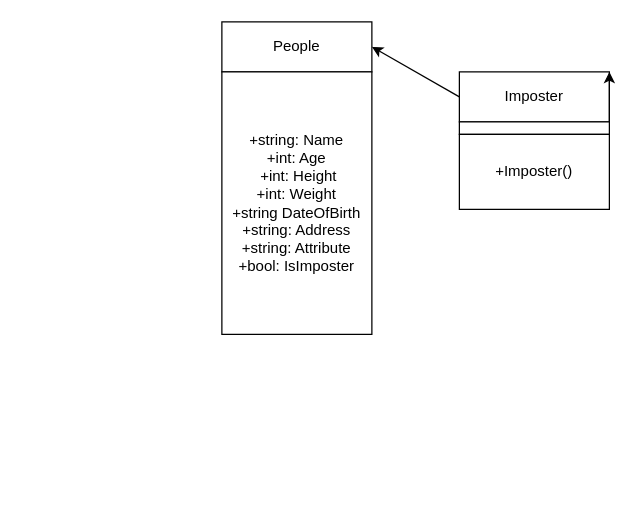
The draw.io diagram diagram.drawio in TE22B-Champathong-Phatchara/SlutProj, before the edit. Source tidied: cells renumbered, new cells numbered last; positions are measured from the earlier drawing's top-left corner, leaving out a move shared by most shapes. Both pictures are drawn from the tidied source at 125%, with x=0, y=0 at pixel (221, 21).
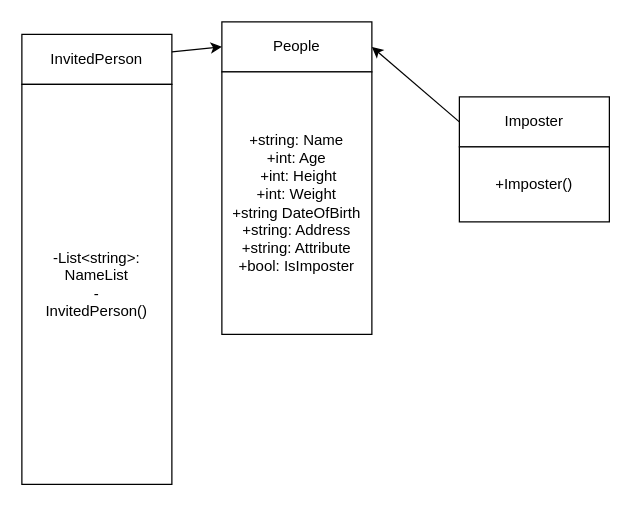
Above is the later version.

What changed in the source:
```diff
@@
 <mxGraphModel>
   <root>
     <mxCell id="0" />
     <mxCell id="1" parent="0" />
     <mxCell id="2" style="edgeStyle=none;html=1;exitX=0;exitY=0.5;exitDx=0;exitDy=0;entryX=1;entryY=0.5;entryDx=0;entryDy=0;" parent="1" edge="1" source="4" target="9">
       <mxGeometry relative="1" as="geometry" />
     </mxCell>
-    <mxCell id="3" style="group;" parent="1" vertex="1">
-      <mxGeometry x="190" y="40" width="120" height="160" as="geometry" />
-    </mxCell>
-    <mxCell id="4" value="Imposter" style="rounded=0;whiteSpace=wrap;html=1;" parent="3" vertex="1">
-      <mxGeometry width="120" height="40" as="geometry" />
-    </mxCell>
-    <mxCell id="5" style="edgeStyle=none;html=1;exitX=1;exitY=0.25;exitDx=0;exitDy=0;entryX=1;entryY=0;entryDx=0;entryDy=0;" parent="3" edge="1" source="6" target="4">
-      <mxGeometry relative="1" as="geometry" />
-    </mxCell>
-    <mxCell id="6" style="rounded=0;whiteSpace=wrap;html=1;" parent="3" vertex="1">
-      <mxGeometry y="40" width="120" height="10" as="geometry" />
-    </mxCell>
-    <mxCell id="7" value="+Imposter()" style="rounded=0;whiteSpace=wrap;html=1;" parent="3" vertex="1">
-      <mxGeometry y="50" width="120" height="60" as="geometry" />
-    </mxCell>
     <mxCell id="8" style="group;" parent="1" vertex="1">
       <mxGeometry width="120" height="250" as="geometry" />
     </mxCell>
     <mxCell id="9" value="People" style="rounded=0;whiteSpace=wrap;html=1;" parent="8" vertex="1">
       <mxGeometry width="120" height="40" as="geometry" />
     </mxCell>
     <mxCell id="10" value="+string: Name&lt;br&gt;+int: Age&lt;br&gt;&amp;nbsp;+int: Height&lt;br&gt;+int: Weight&lt;br&gt;+string DateOfBirth&lt;br&gt;+string: Address&lt;br&gt;+string: Attribute&lt;br&gt;+bool: IsImposter" style="rounded=0;whiteSpace=wrap;html=1;" parent="8" vertex="1">
       <mxGeometry y="40" width="120" height="210" as="geometry" />
     </mxCell>
+    <mxCell id="11" style="group;" parent="1" vertex="1">
+      <mxGeometry x="-160" y="10" width="120" height="360" as="geometry" />
+    </mxCell>
+    <mxCell id="12" value="InvitedPerson" style="rounded=0;whiteSpace=wrap;html=1;" parent="11" vertex="1">
+      <mxGeometry width="120" height="40" as="geometry" />
+    </mxCell>
+    <mxCell id="13" value="-List&amp;lt;string&amp;gt;: NameList&lt;br&gt;-&lt;br&gt;InvitedPerson()" style="rounded=0;whiteSpace=wrap;html=1;" parent="11" vertex="1">
+      <mxGeometry y="40" width="120" height="320" as="geometry" />
+    </mxCell>
+    <mxCell id="14" style="edgeStyle=none;html=1;entryX=0;entryY=0.5;entryDx=0;entryDy=0;" parent="1" edge="1" source="12" target="9">
+      <mxGeometry relative="1" as="geometry" />
+    </mxCell>
+    <mxCell id="15" style="group;" parent="1" vertex="1">
+      <mxGeometry x="190" y="60" width="120" height="100" as="geometry" />
+    </mxCell>
+    <mxCell id="4" value="Imposter" style="rounded=0;whiteSpace=wrap;html=1;" parent="15" vertex="1">
+      <mxGeometry width="120" height="40" as="geometry" />
+    </mxCell>
+    <mxCell id="7" value="+Imposter()" style="rounded=0;whiteSpace=wrap;html=1;" parent="15" vertex="1">
+      <mxGeometry y="40" width="120" height="60" as="geometry" />
+    </mxCell>
   </root>
 </mxGraphModel>
```
